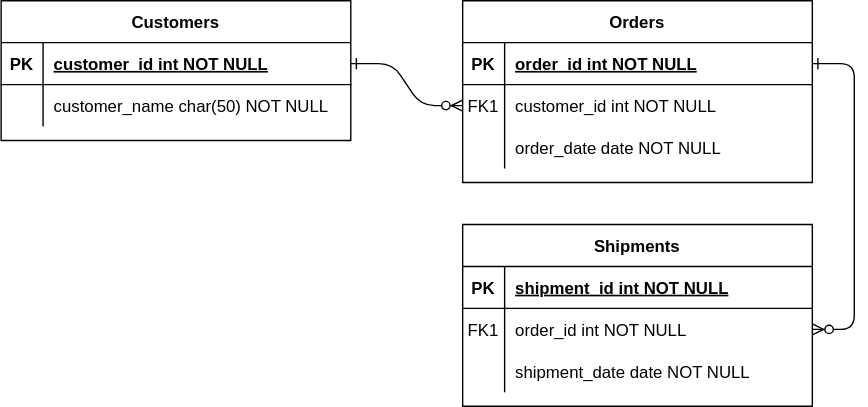
The draw.io diagram Film ERD.svg in Yumikitsu/csharp-apis-sql-relations-and-joins, before a commit. Source tidied: cells renumbered, new cells last; positions are measured from the earlier drawing's top-left corner, leaving out a move shared by most shapes.
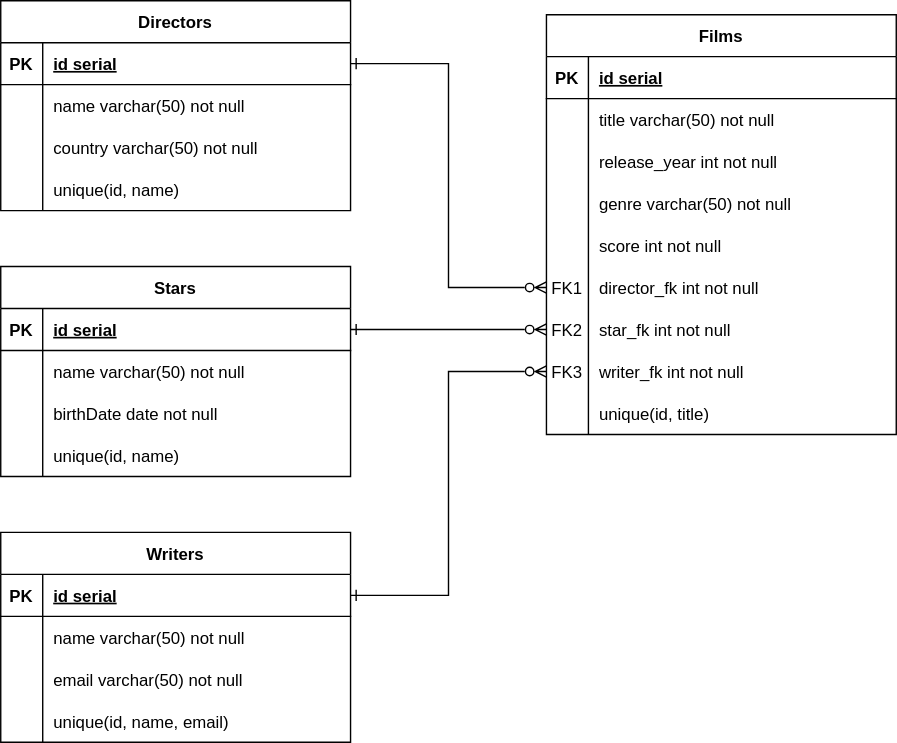
Above is the later version.

Diff of the diagram source:
```diff
@@ -2,14 +2,8 @@
   <root>
     <mxCell id="0" />
     <mxCell id="1" parent="0" />
-    <mxCell id="2" style="edgeStyle=entityRelationEdgeStyle;endArrow=ERzeroToMany;startArrow=ERone;endFill=1;startFill=0;" parent="1" edge="1" source="25" target="8">
-      <mxGeometry relative="1" as="geometry" />
-    </mxCell>
-    <mxCell id="3" style="edgeStyle=entityRelationEdgeStyle;endArrow=ERzeroToMany;startArrow=ERone;endFill=1;startFill=0;" parent="1" edge="1" source="5" target="18">
-      <mxGeometry relative="1" as="geometry" />
-    </mxCell>
-    <mxCell id="4" value="Orders" style="shape=table;startSize=30;rowLines=0;fontStyle=1;align=center;" parent="1" vertex="1">
-      <mxGeometry x="330" width="250" height="130" as="geometry" />
+    <mxCell id="4" value="Directors" style="shape=table;startSize=30;rowLines=0;fontStyle=1;align=center;" parent="1" vertex="1">
+      <mxGeometry y="70" width="250" height="150" as="geometry" />
     </mxCell>
     <mxCell id="5" style="shape=partialRectangle;fillColor=none;points=[[0,0.5],[1,0.5]];portConstraint=eastwest;top=0;left=0;right=0;bottom=1;" parent="4" vertex="1">
       <mxGeometry y="30" width="250" height="30" as="geometry" />
@@ -17,16 +11,16 @@
     <mxCell id="6" value="PK" style="shape=partialRectangle;overflow=hidden;fillColor=none;top=0;left=0;bottom=0;right=0;fontStyle=1;" parent="5" vertex="1">
       <mxGeometry width="30" height="30" as="geometry" />
     </mxCell>
-    <mxCell id="7" value="order_id int NOT NULL " style="shape=partialRectangle;overflow=hidden;fillColor=none;top=0;left=0;bottom=0;right=0;align=left;spacingLeft=6;fontStyle=5;" parent="5" vertex="1">
+    <mxCell id="7" value="id serial" style="shape=partialRectangle;overflow=hidden;fillColor=none;top=0;left=0;bottom=0;right=0;align=left;spacingLeft=6;fontStyle=5;" parent="5" vertex="1">
       <mxGeometry x="30" width="220" height="30" as="geometry" />
     </mxCell>
     <mxCell id="8" style="shape=partialRectangle;fillColor=none;points=[[0,0.5],[1,0.5]];portConstraint=eastwest;top=0;left=0;right=0;bottom=0;" parent="4" vertex="1">
       <mxGeometry y="60" width="250" height="30" as="geometry" />
     </mxCell>
-    <mxCell id="9" value="FK1" style="shape=partialRectangle;overflow=hidden;fillColor=none;top=0;left=0;bottom=0;right=0;" parent="8" vertex="1">
+    <mxCell id="9" style="shape=partialRectangle;overflow=hidden;fillColor=none;top=0;left=0;bottom=0;right=0;" parent="8" vertex="1">
       <mxGeometry width="30" height="30" as="geometry" />
     </mxCell>
-    <mxCell id="10" value="customer_id int NOT NULL" style="shape=partialRectangle;overflow=hidden;fillColor=none;top=0;left=0;bottom=0;right=0;align=left;spacingLeft=6;" parent="8" vertex="1">
+    <mxCell id="10" value="name varchar(50) not null" style="shape=partialRectangle;overflow=hidden;fillColor=none;top=0;left=0;bottom=0;right=0;align=left;spacingLeft=6;" parent="8" vertex="1">
       <mxGeometry x="30" width="220" height="30" as="geometry" />
     </mxCell>
     <mxCell id="11" style="shape=partialRectangle;fillColor=none;top=0;left=0;right=0;bottom=0;" parent="4" vertex="1">
@@ -35,41 +29,20 @@
     <mxCell id="12" style="shape=partialRectangle;overflow=hidden;fillColor=none;top=0;left=0;bottom=0;right=0;" parent="11" vertex="1">
       <mxGeometry width="30" height="30" as="geometry" />
     </mxCell>
-    <mxCell id="13" value="order_date date NOT NULL" style="shape=partialRectangle;overflow=hidden;fillColor=none;top=0;left=0;bottom=0;right=0;align=left;spacingLeft=6;" parent="11" vertex="1">
+    <mxCell id="13" value="country varchar(50) not null" style="shape=partialRectangle;overflow=hidden;fillColor=none;top=0;left=0;bottom=0;right=0;align=left;spacingLeft=6;" parent="11" vertex="1">
       <mxGeometry x="30" width="220" height="30" as="geometry" />
     </mxCell>
-    <mxCell id="14" value="Shipments" style="shape=table;startSize=30;rowLines=0;fontStyle=1;align=center;" parent="1" vertex="1">
-      <mxGeometry x="330" y="160" width="250" height="130" as="geometry" />
-    </mxCell>
-    <mxCell id="15" style="shape=partialRectangle;fillColor=none;top=0;left=0;right=0;bottom=1;" parent="14" vertex="1">
-      <mxGeometry y="30" width="250" height="30" as="geometry" />
-    </mxCell>
-    <mxCell id="16" value="PK" style="shape=partialRectangle;overflow=hidden;fillColor=none;top=0;left=0;bottom=0;right=0;fontStyle=1;" parent="15" vertex="1">
-      <mxGeometry width="30" height="30" as="geometry" />
-    </mxCell>
-    <mxCell id="17" value="shipment_id int NOT NULL " style="shape=partialRectangle;overflow=hidden;fillColor=none;top=0;left=0;bottom=0;right=0;align=left;spacingLeft=6;fontStyle=5;" parent="15" vertex="1">
-      <mxGeometry x="30" width="220" height="30" as="geometry" />
-    </mxCell>
-    <mxCell id="18" style="shape=partialRectangle;fillColor=none;points=[[0,0.5],[1,0.5]];portConstraint=eastwest;top=0;left=0;right=0;bottom=0;" parent="14" vertex="1">
-      <mxGeometry y="60" width="250" height="30" as="geometry" />
-    </mxCell>
-    <mxCell id="19" value="FK1" style="shape=partialRectangle;overflow=hidden;fillColor=none;top=0;left=0;bottom=0;right=0;" parent="18" vertex="1">
-      <mxGeometry width="30" height="30" as="geometry" />
-    </mxCell>
-    <mxCell id="20" value="order_id int NOT NULL" style="shape=partialRectangle;overflow=hidden;fillColor=none;top=0;left=0;bottom=0;right=0;align=left;spacingLeft=6;" parent="18" vertex="1">
-      <mxGeometry x="30" width="220" height="30" as="geometry" />
-    </mxCell>
-    <mxCell id="21" style="shape=partialRectangle;fillColor=none;top=0;left=0;right=0;bottom=0;" parent="14" vertex="1">
-      <mxGeometry y="90" width="250" height="30" as="geometry" />
-    </mxCell>
-    <mxCell id="22" style="shape=partialRectangle;overflow=hidden;fillColor=none;top=0;left=0;bottom=0;right=0;" parent="21" vertex="1">
-      <mxGeometry width="30" height="30" as="geometry" />
-    </mxCell>
-    <mxCell id="23" value="shipment_date date NOT NULL" style="shape=partialRectangle;overflow=hidden;fillColor=none;top=0;left=0;bottom=0;right=0;align=left;spacingLeft=6;" parent="21" vertex="1">
-      <mxGeometry x="30" width="220" height="30" as="geometry" />
-    </mxCell>
+    <mxCell id="31" style="shape=partialRectangle;fillColor=none;top=0;left=0;right=0;bottom=0;" parent="4" vertex="1">
+      <mxGeometry y="120" width="250" height="30" as="geometry" />
+    </mxCell>
+    <mxCell id="32" style="shape=partialRectangle;overflow=hidden;fillColor=none;top=0;left=0;bottom=0;right=0;" parent="31" vertex="1">
+      <mxGeometry width="30" height="30" as="geometry" />
+    </mxCell>
+    <mxCell id="33" value="unique(id, name)" style="shape=partialRectangle;overflow=hidden;fillColor=none;top=0;left=0;bottom=0;right=0;align=left;spacingLeft=6;" parent="31" vertex="1">
+      <mxGeometry x="30" width="220" height="30" as="geometry" />
+    </mxCell>
-    <mxCell id="24" value="Customers" style="shape=table;startSize=30;rowLines=0;fontStyle=1;align=center;" parent="1" vertex="1">
-      <mxGeometry width="250" height="100" as="geometry" />
+    <mxCell id="24" value="Films" style="shape=table;startSize=30;rowLines=0;fontStyle=1;align=center;" parent="1" vertex="1">
+      <mxGeometry x="390" y="80" width="250" height="300" as="geometry" />
     </mxCell>
     <mxCell id="25" style="shape=partialRectangle;fillColor=none;points=[[0,0.5],[1,0.5]];portConstraint=eastwest;top=0;left=0;right=0;bottom=1;" parent="24" vertex="1">
       <mxGeometry y="30" width="250" height="30" as="geometry" />
@@ -77,7 +50,7 @@
     <mxCell id="26" value="PK" style="shape=partialRectangle;overflow=hidden;fillColor=none;top=0;left=0;bottom=0;right=0;fontStyle=1;" parent="25" vertex="1">
       <mxGeometry width="30" height="30" as="geometry" />
     </mxCell>
-    <mxCell id="27" value="customer_id int NOT NULL " style="shape=partialRectangle;overflow=hidden;fillColor=none;top=0;left=0;bottom=0;right=0;align=left;spacingLeft=6;fontStyle=5;" parent="25" vertex="1">
+    <mxCell id="27" value="id serial" style="shape=partialRectangle;overflow=hidden;fillColor=none;top=0;left=0;bottom=0;right=0;align=left;spacingLeft=6;fontStyle=5;" parent="25" vertex="1">
       <mxGeometry x="30" width="220" height="30" as="geometry" />
     </mxCell>
     <mxCell id="28" style="shape=partialRectangle;fillColor=none;top=0;left=0;right=0;bottom=0;" parent="24" vertex="1">
@@ -86,8 +59,158 @@
     <mxCell id="29" style="shape=partialRectangle;overflow=hidden;fillColor=none;top=0;left=0;bottom=0;right=0;" parent="28" vertex="1">
       <mxGeometry width="30" height="30" as="geometry" />
     </mxCell>
-    <mxCell id="30" value="customer_name char(50) NOT NULL" style="shape=partialRectangle;overflow=hidden;fillColor=none;top=0;left=0;bottom=0;right=0;align=left;spacingLeft=6;" parent="28" vertex="1">
+    <mxCell id="30" value="title varchar(50) not null" style="shape=partialRectangle;overflow=hidden;fillColor=none;top=0;left=0;bottom=0;right=0;align=left;spacingLeft=6;" parent="28" vertex="1">
       <mxGeometry x="30" width="220" height="30" as="geometry" />
     </mxCell>
+    <mxCell id="34" style="shape=partialRectangle;fillColor=none;top=0;left=0;right=0;bottom=0;" parent="24" vertex="1">
+      <mxGeometry y="90" width="250" height="30" as="geometry" />
+    </mxCell>
+    <mxCell id="35" style="shape=partialRectangle;overflow=hidden;fillColor=none;top=0;left=0;bottom=0;right=0;" parent="34" vertex="1">
+      <mxGeometry width="30" height="30" as="geometry" />
+    </mxCell>
+    <mxCell id="36" value="release_year int not null" style="shape=partialRectangle;overflow=hidden;fillColor=none;top=0;left=0;bottom=0;right=0;align=left;spacingLeft=6;" parent="34" vertex="1">
+      <mxGeometry x="30" width="220" height="30" as="geometry" />
+    </mxCell>
+    <mxCell id="37" style="shape=partialRectangle;fillColor=none;top=0;left=0;right=0;bottom=0;" parent="24" vertex="1">
+      <mxGeometry y="120" width="250" height="30" as="geometry" />
+    </mxCell>
+    <mxCell id="38" style="shape=partialRectangle;overflow=hidden;fillColor=none;top=0;left=0;bottom=0;right=0;" parent="37" vertex="1">
+      <mxGeometry width="30" height="30" as="geometry" />
+    </mxCell>
+    <mxCell id="39" value="genre varchar(50) not null" style="shape=partialRectangle;overflow=hidden;fillColor=none;top=0;left=0;bottom=0;right=0;align=left;spacingLeft=6;" parent="37" vertex="1">
+      <mxGeometry x="30" width="220" height="30" as="geometry" />
+    </mxCell>
+    <mxCell id="40" style="shape=partialRectangle;fillColor=none;top=0;left=0;right=0;bottom=0;" parent="24" vertex="1">
+      <mxGeometry y="150" width="250" height="30" as="geometry" />
+    </mxCell>
+    <mxCell id="41" style="shape=partialRectangle;overflow=hidden;fillColor=none;top=0;left=0;bottom=0;right=0;" parent="40" vertex="1">
+      <mxGeometry width="30" height="30" as="geometry" />
+    </mxCell>
+    <mxCell id="42" value="score int not null" style="shape=partialRectangle;overflow=hidden;fillColor=none;top=0;left=0;bottom=0;right=0;align=left;spacingLeft=6;" parent="40" vertex="1">
+      <mxGeometry x="30" width="220" height="30" as="geometry" />
+    </mxCell>
+    <mxCell id="43" style="shape=partialRectangle;fillColor=none;points=[[0,0.5],[1,0.5]];portConstraint=eastwest;top=0;left=0;right=0;bottom=0;" parent="24" vertex="1">
+      <mxGeometry y="180" width="250" height="30" as="geometry" />
+    </mxCell>
+    <mxCell id="19" value="FK1" style="shape=partialRectangle;overflow=hidden;fillColor=none;top=0;left=0;bottom=0;right=0;" parent="43" vertex="1">
+      <mxGeometry width="30" height="30" as="geometry" />
+    </mxCell>
+    <mxCell id="44" value="director_fk int not null" style="shape=partialRectangle;overflow=hidden;fillColor=none;top=0;left=0;bottom=0;right=0;align=left;spacingLeft=6;" parent="43" vertex="1">
+      <mxGeometry x="30" width="220" height="30" as="geometry" />
+    </mxCell>
+    <mxCell id="45" style="shape=partialRectangle;fillColor=none;points=[[0,0.5],[1,0.5]];portConstraint=eastwest;top=0;left=0;right=0;bottom=0;" parent="24" vertex="1">
+      <mxGeometry y="210" width="250" height="30" as="geometry" />
+    </mxCell>
+    <mxCell id="46" value="FK2" style="shape=partialRectangle;overflow=hidden;fillColor=none;top=0;left=0;bottom=0;right=0;" parent="45" vertex="1">
+      <mxGeometry width="30" height="30" as="geometry" />
+    </mxCell>
+    <mxCell id="47" value="star_fk int not null" style="shape=partialRectangle;overflow=hidden;fillColor=none;top=0;left=0;bottom=0;right=0;align=left;spacingLeft=6;" parent="45" vertex="1">
+      <mxGeometry x="30" width="220" height="30" as="geometry" />
+    </mxCell>
+    <mxCell id="48" style="shape=partialRectangle;fillColor=none;points=[[0,0.5],[1,0.5]];portConstraint=eastwest;top=0;left=0;right=0;bottom=0;" parent="24" vertex="1">
+      <mxGeometry y="240" width="250" height="30" as="geometry" />
+    </mxCell>
+    <mxCell id="49" value="FK3" style="shape=partialRectangle;overflow=hidden;fillColor=none;top=0;left=0;bottom=0;right=0;" parent="48" vertex="1">
+      <mxGeometry width="30" height="30" as="geometry" />
+    </mxCell>
+    <mxCell id="50" value="writer_fk int not null" style="shape=partialRectangle;overflow=hidden;fillColor=none;top=0;left=0;bottom=0;right=0;align=left;spacingLeft=6;" parent="48" vertex="1">
+      <mxGeometry x="30" width="220" height="30" as="geometry" />
+    </mxCell>
+    <mxCell id="51" style="shape=partialRectangle;fillColor=none;top=0;left=0;right=0;bottom=0;" parent="24" vertex="1">
+      <mxGeometry y="270" width="250" height="30" as="geometry" />
+    </mxCell>
+    <mxCell id="52" style="shape=partialRectangle;overflow=hidden;fillColor=none;top=0;left=0;bottom=0;right=0;" parent="51" vertex="1">
+      <mxGeometry width="30" height="30" as="geometry" />
+    </mxCell>
+    <mxCell id="53" value="unique(id, title)" style="shape=partialRectangle;overflow=hidden;fillColor=none;top=0;left=0;bottom=0;right=0;align=left;spacingLeft=6;" parent="51" vertex="1">
+      <mxGeometry x="30" width="220" height="30" as="geometry" />
+    </mxCell>
+    <mxCell id="54" style="edgeStyle=orthogonalEdgeStyle;rounded=0;jettySize=auto;html=1;startArrow=ERone;startFill=0;endArrow=ERzeroToMany;endFill=0;" parent="1" edge="1" source="5" target="43">
+      <mxGeometry relative="1" as="geometry" />
+    </mxCell>
+    <mxCell id="55" value="Stars" style="shape=table;startSize=30;rowLines=0;fontStyle=1;align=center;" parent="1" vertex="1">
+      <mxGeometry y="260" width="250" height="150" as="geometry" />
+    </mxCell>
+    <mxCell id="56" style="shape=partialRectangle;fillColor=none;points=[[0,0.5],[1,0.5]];portConstraint=eastwest;top=0;left=0;right=0;bottom=1;" parent="55" vertex="1">
+      <mxGeometry y="30" width="250" height="30" as="geometry" />
+    </mxCell>
+    <mxCell id="57" value="PK" style="shape=partialRectangle;overflow=hidden;fillColor=none;top=0;left=0;bottom=0;right=0;fontStyle=1;" parent="56" vertex="1">
+      <mxGeometry width="30" height="30" as="geometry" />
+    </mxCell>
+    <mxCell id="58" value="id serial" style="shape=partialRectangle;overflow=hidden;fillColor=none;top=0;left=0;bottom=0;right=0;align=left;spacingLeft=6;fontStyle=5;" parent="56" vertex="1">
+      <mxGeometry x="30" width="220" height="30" as="geometry" />
+    </mxCell>
+    <mxCell id="59" style="shape=partialRectangle;fillColor=none;top=0;left=0;right=0;bottom=0;" parent="55" vertex="1">
+      <mxGeometry y="60" width="250" height="30" as="geometry" />
+    </mxCell>
+    <mxCell id="60" style="shape=partialRectangle;overflow=hidden;fillColor=none;top=0;left=0;bottom=0;right=0;" parent="59" vertex="1">
+      <mxGeometry width="30" height="30" as="geometry" />
+    </mxCell>
+    <mxCell id="61" value="name varchar(50) not null" style="shape=partialRectangle;overflow=hidden;fillColor=none;top=0;left=0;bottom=0;right=0;align=left;spacingLeft=6;" parent="59" vertex="1">
+      <mxGeometry x="30" width="220" height="30" as="geometry" />
+    </mxCell>
+    <mxCell id="62" style="shape=partialRectangle;fillColor=none;top=0;left=0;right=0;bottom=0;" parent="55" vertex="1">
+      <mxGeometry y="90" width="250" height="30" as="geometry" />
+    </mxCell>
+    <mxCell id="63" style="shape=partialRectangle;overflow=hidden;fillColor=none;top=0;left=0;bottom=0;right=0;" parent="62" vertex="1">
+      <mxGeometry width="30" height="30" as="geometry" />
+    </mxCell>
+    <mxCell id="64" value="birthDate date not null" style="shape=partialRectangle;overflow=hidden;fillColor=none;top=0;left=0;bottom=0;right=0;align=left;spacingLeft=6;" parent="62" vertex="1">
+      <mxGeometry x="30" width="220" height="30" as="geometry" />
+    </mxCell>
+    <mxCell id="65" style="shape=partialRectangle;fillColor=none;top=0;left=0;right=0;bottom=0;" parent="55" vertex="1">
+      <mxGeometry y="120" width="250" height="30" as="geometry" />
+    </mxCell>
+    <mxCell id="66" style="shape=partialRectangle;overflow=hidden;fillColor=none;top=0;left=0;bottom=0;right=0;" parent="65" vertex="1">
+      <mxGeometry width="30" height="30" as="geometry" />
+    </mxCell>
+    <mxCell id="67" value="unique(id, name)" style="shape=partialRectangle;overflow=hidden;fillColor=none;top=0;left=0;bottom=0;right=0;align=left;spacingLeft=6;" parent="65" vertex="1">
+      <mxGeometry x="30" width="220" height="30" as="geometry" />
+    </mxCell>
+    <mxCell id="68" value="Writers" style="shape=table;startSize=30;rowLines=0;fontStyle=1;align=center;" parent="1" vertex="1">
+      <mxGeometry y="450" width="250" height="150" as="geometry" />
+    </mxCell>
+    <mxCell id="69" style="shape=partialRectangle;fillColor=none;points=[[0,0.5],[1,0.5]];portConstraint=eastwest;top=0;left=0;right=0;bottom=1;" parent="68" vertex="1">
+      <mxGeometry y="30" width="250" height="30" as="geometry" />
+    </mxCell>
+    <mxCell id="70" value="PK" style="shape=partialRectangle;overflow=hidden;fillColor=none;top=0;left=0;bottom=0;right=0;fontStyle=1;" parent="69" vertex="1">
+      <mxGeometry width="30" height="30" as="geometry" />
+    </mxCell>
+    <mxCell id="71" value="id serial" style="shape=partialRectangle;overflow=hidden;fillColor=none;top=0;left=0;bottom=0;right=0;align=left;spacingLeft=6;fontStyle=5;" parent="69" vertex="1">
+      <mxGeometry x="30" width="220" height="30" as="geometry" />
+    </mxCell>
+    <mxCell id="72" style="shape=partialRectangle;fillColor=none;top=0;left=0;right=0;bottom=0;" parent="68" vertex="1">
+      <mxGeometry y="60" width="250" height="30" as="geometry" />
+    </mxCell>
+    <mxCell id="73" style="shape=partialRectangle;overflow=hidden;fillColor=none;top=0;left=0;bottom=0;right=0;" parent="72" vertex="1">
+      <mxGeometry width="30" height="30" as="geometry" />
+    </mxCell>
+    <mxCell id="74" value="name varchar(50) not null" style="shape=partialRectangle;overflow=hidden;fillColor=none;top=0;left=0;bottom=0;right=0;align=left;spacingLeft=6;" parent="72" vertex="1">
+      <mxGeometry x="30" width="220" height="30" as="geometry" />
+    </mxCell>
+    <mxCell id="75" style="shape=partialRectangle;fillColor=none;top=0;left=0;right=0;bottom=0;" parent="68" vertex="1">
+      <mxGeometry y="90" width="250" height="30" as="geometry" />
+    </mxCell>
+    <mxCell id="76" style="shape=partialRectangle;overflow=hidden;fillColor=none;top=0;left=0;bottom=0;right=0;" parent="75" vertex="1">
+      <mxGeometry width="30" height="30" as="geometry" />
+    </mxCell>
+    <mxCell id="77" value="email varchar(50) not null" style="shape=partialRectangle;overflow=hidden;fillColor=none;top=0;left=0;bottom=0;right=0;align=left;spacingLeft=6;" parent="75" vertex="1">
+      <mxGeometry x="30" width="220" height="30" as="geometry" />
+    </mxCell>
+    <mxCell id="78" style="shape=partialRectangle;fillColor=none;top=0;left=0;right=0;bottom=0;" parent="68" vertex="1">
+      <mxGeometry y="120" width="250" height="30" as="geometry" />
+    </mxCell>
+    <mxCell id="79" style="shape=partialRectangle;overflow=hidden;fillColor=none;top=0;left=0;bottom=0;right=0;" parent="78" vertex="1">
+      <mxGeometry width="30" height="30" as="geometry" />
+    </mxCell>
+    <mxCell id="80" value="unique(id, name, email)" style="shape=partialRectangle;overflow=hidden;fillColor=none;top=0;left=0;bottom=0;right=0;align=left;spacingLeft=6;" parent="78" vertex="1">
+      <mxGeometry x="30" width="220" height="30" as="geometry" />
+    </mxCell>
+    <mxCell id="81" style="edgeStyle=orthogonalEdgeStyle;rounded=0;jettySize=auto;html=1;startArrow=ERone;startFill=0;endArrow=ERzeroToMany;endFill=0;" parent="1" edge="1" source="56" target="45">
+      <mxGeometry relative="1" as="geometry" />
+    </mxCell>
+    <mxCell id="82" style="edgeStyle=orthogonalEdgeStyle;rounded=0;jettySize=auto;html=1;startArrow=ERone;startFill=0;endArrow=ERzeroToMany;endFill=0;" parent="1" edge="1" source="69" target="48">
+      <mxGeometry relative="1" as="geometry" />
+    </mxCell>
   </root>
 </mxGraphModel>
```
